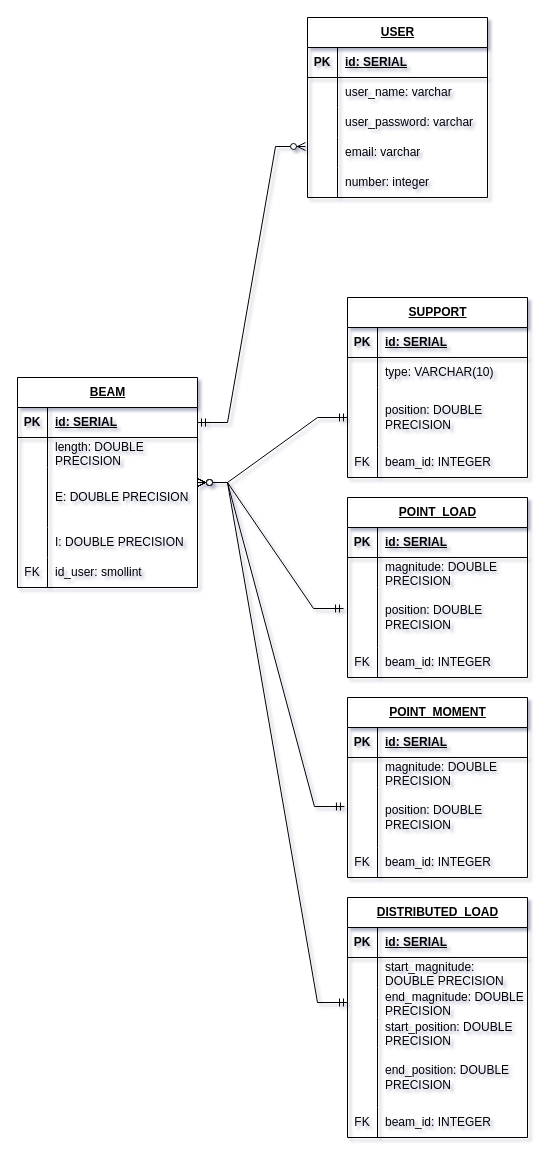
Above: Diagrama E-R.drawio in Talento-Tech-projects/DataBase (draw.io), before the change. Source tidied: cells renumbered, new cells numbered last; positions are measured from the earlier drawing's top-left corner, leaving out a move shared by most shapes. Both pictures are drawn from the tidied source at 100%, with x=0, y=0 at pixel (17, 17).
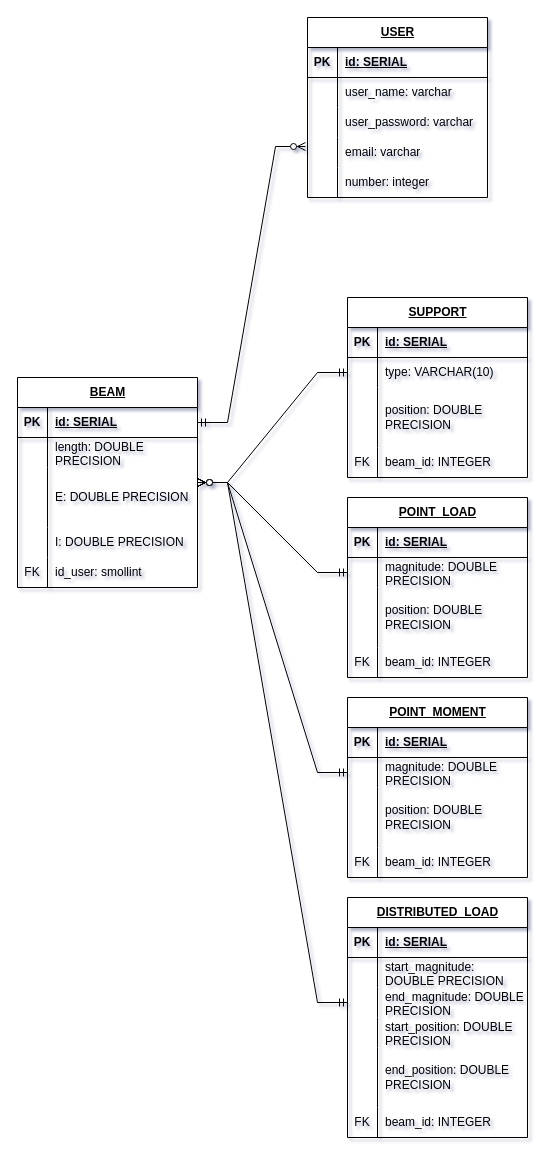
Above is the later version.

The change refers to these unchanged cells:
```xml
<mxCell id="2" value="&lt;u&gt;&lt;b&gt;BEAM&lt;/b&gt;&lt;/u&gt;" style="shape=table;startSize=30;childLayout=tableLayout;rowLines=0;fontStyle=1;align=center;html=1;" parent="1" vertex="1">
  <mxGeometry y="360" width="180" height="210" as="geometry" />
</mxCell>
<mxCell id="22" style="shape=tableRow;horizontal=0;startSize=0;swimlaneHead=0;swimlaneBody=0;fillColor=none;points=[[0,0.5],[1,0.5]];portConstraint=eastwest;top=0;left=0;right=0;bottom=0;" parent="18" vertex="1">
  <mxGeometry y="60" width="180" height="30" as="geometry" />
</mxCell>
<mxCell id="25" style="shape=tableRow;horizontal=0;startSize=0;swimlaneHead=0;swimlaneBody=0;fillColor=none;points=[[0,0.5],[1,0.5]];portConstraint=eastwest;top=0;left=0;right=0;bottom=0;" parent="18" vertex="1">
  <mxGeometry y="90" width="180" height="60" as="geometry" />
</mxCell>
<mxCell id="35" style="shape=tableRow;horizontal=0;startSize=0;swimlaneHead=0;swimlaneBody=0;fillColor=none;points=[[0,0.5],[1,0.5]];portConstraint=eastwest;top=0;left=0;right=0;bottom=0;" parent="31" vertex="1">
  <mxGeometry y="60" width="180" height="30" as="geometry" />
</mxCell>
<mxCell id="38" style="shape=tableRow;horizontal=0;startSize=0;swimlaneHead=0;swimlaneBody=0;fillColor=none;points=[[0,0.5],[1,0.5]];portConstraint=eastwest;top=0;left=0;right=0;bottom=0;" parent="31" vertex="1">
  <mxGeometry y="90" width="180" height="60" as="geometry" />
</mxCell>
<mxCell id="48" style="shape=tableRow;horizontal=0;startSize=0;swimlaneHead=0;swimlaneBody=0;fillColor=none;points=[[0,0.5],[1,0.5]];portConstraint=eastwest;top=0;left=0;right=0;bottom=0;" parent="44" vertex="1">
  <mxGeometry y="60" width="180" height="30" as="geometry" />
</mxCell>
<mxCell id="51" style="shape=tableRow;horizontal=0;startSize=0;swimlaneHead=0;swimlaneBody=0;fillColor=none;points=[[0,0.5],[1,0.5]];portConstraint=eastwest;top=0;left=0;right=0;bottom=0;" parent="44" vertex="1">
  <mxGeometry y="90" width="180" height="60" as="geometry" />
</mxCell>
```

The edit, as a diff of the source:
```diff
@@
-    <mxCell id="76" style="edgeStyle=entityRelationEdgeStyle;fontSize=12;html=1;endArrow=ERmandOne;startArrow=ERzeroToMany;rounded=0;entryX=0;entryY=0.5;entryDx=0;entryDy=0;" parent="1" edge="1" source="2" target="25">
+    <mxCell id="76" style="edgeStyle=entityRelationEdgeStyle;fontSize=12;html=1;endArrow=ERmandOne;startArrow=ERzeroToMany;rounded=0;entryX=0;entryY=0.5;entryDx=0;entryDy=0;" parent="1" edge="1" source="2" target="22">
       <mxGeometry relative="1" as="geometry" />
     </mxCell>
-    <mxCell id="77" style="edgeStyle=entityRelationEdgeStyle;fontSize=12;html=1;endArrow=ERmandOne;startArrow=ERzeroToMany;rounded=0;entryX=-0.022;entryY=0.35;entryDx=0;entryDy=0;entryPerimeter=0;" parent="1" edge="1" source="2" target="38">
+    <mxCell id="77" style="edgeStyle=entityRelationEdgeStyle;fontSize=12;html=1;endArrow=ERmandOne;startArrow=ERzeroToMany;rounded=0;entryX=0;entryY=0.5;entryDx=0;entryDy=0;" parent="1" edge="1" source="2" target="35">
       <mxGeometry relative="1" as="geometry" />
     </mxCell>
-    <mxCell id="78" style="edgeStyle=entityRelationEdgeStyle;fontSize=12;html=1;endArrow=ERmandOne;startArrow=ERzeroToMany;rounded=0;entryX=-0.017;entryY=0.317;entryDx=0;entryDy=0;entryPerimeter=0;" parent="1" edge="1" source="2" target="51">
+    <mxCell id="78" style="edgeStyle=entityRelationEdgeStyle;fontSize=12;html=1;endArrow=ERmandOne;startArrow=ERzeroToMany;rounded=0;entryX=0;entryY=0.5;entryDx=0;entryDy=0;" parent="1" edge="1" source="2" target="48">
       <mxGeometry relative="1" as="geometry">
         <Array as="points">
           <mxPoint x="170" y="725" />
         </Array>
       </mxGeometry>
     </mxCell>
```
